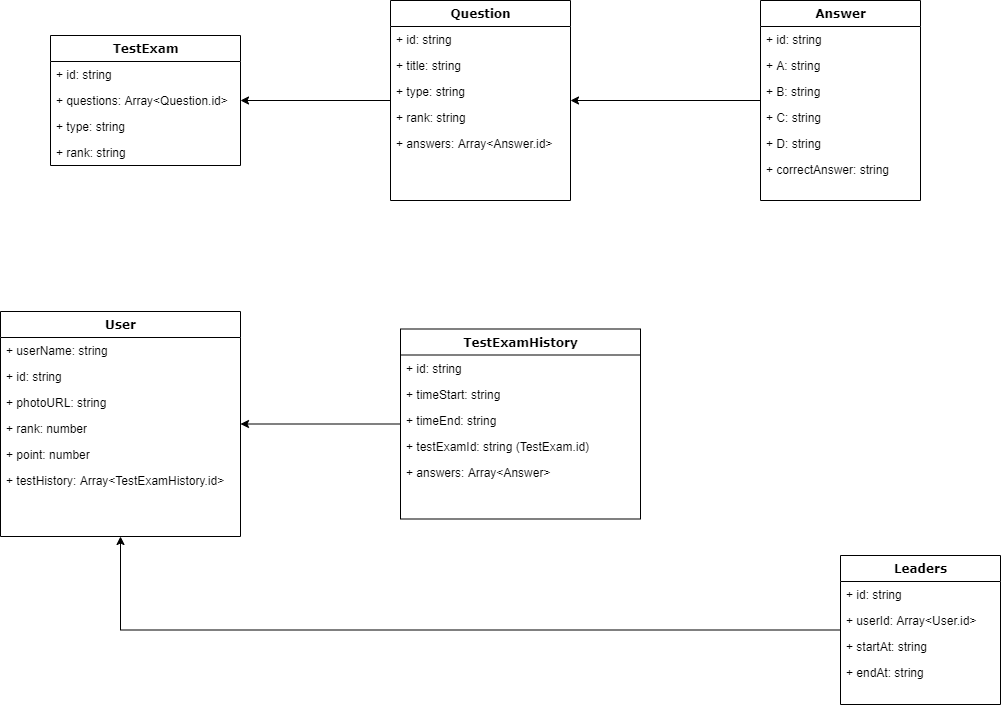
Before: Prototype/Untitled Diagram.png, a diagram exported from draw.io (nguyenbinhanltv/EnQ-server). Source tidied: cells renumbered, new cells last; positions are measured from the earlier drawing's top-left corner, leaving out a move shared by most shapes.
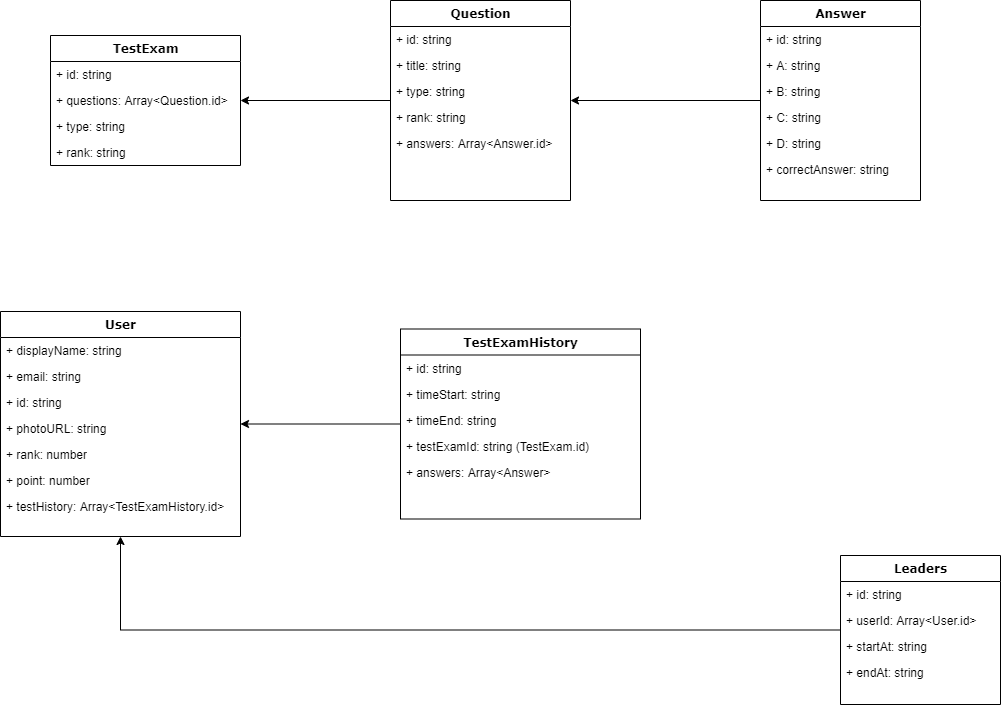
After the change.

The edit, as a diff of the source:
```diff
@@ -65,23 +65,26 @@
     <mxCell id="22" value="User" style="swimlane;html=1;fontStyle=1;align=center;verticalAlign=top;horizontal=1;startSize=26;swimlaneFillColor=#ffffff;rounded=0;shadow=0;comic=0;labelBackgroundColor=none;strokeWidth=1;fillColor=none;fontFamily=Verdana;fontSize=12;" parent="1" vertex="1">
       <mxGeometry y="311" width="240" height="225" as="geometry" />
     </mxCell>
-    <mxCell id="23" value="+ userName: string" style="text;html=1;strokeColor=none;fillColor=none;align=left;verticalAlign=top;spacingLeft=4;spacingRight=4;whiteSpace=wrap;overflow=hidden;" parent="22" vertex="1">
+    <mxCell id="23" value="+ displayName: string" style="text;html=1;strokeColor=none;fillColor=none;align=left;verticalAlign=top;spacingLeft=4;spacingRight=4;whiteSpace=wrap;overflow=hidden;" parent="22" vertex="1">
       <mxGeometry y="26" width="240" height="26" as="geometry" />
     </mxCell>
+    <mxCell id="42" value="+ email: string" style="text;html=1;strokeColor=none;fillColor=none;align=left;verticalAlign=top;spacingLeft=4;spacingRight=4;whiteSpace=wrap;overflow=hidden;" parent="22" vertex="1">
+      <mxGeometry y="52" width="240" height="26" as="geometry" />
+    </mxCell>
     <mxCell id="24" value="+ id: string" style="text;html=1;strokeColor=none;fillColor=none;align=left;verticalAlign=top;spacingLeft=4;spacingRight=4;whiteSpace=wrap;overflow=hidden;" parent="22" vertex="1">
-      <mxGeometry y="52" width="240" height="26" as="geometry" />
+      <mxGeometry y="78" width="240" height="26" as="geometry" />
     </mxCell>
     <mxCell id="25" value="+ photoURL: string" style="text;html=1;strokeColor=none;fillColor=none;align=left;verticalAlign=top;spacingLeft=4;spacingRight=4;whiteSpace=wrap;overflow=hidden;" parent="22" vertex="1">
-      <mxGeometry y="78" width="240" height="26" as="geometry" />
+      <mxGeometry y="104" width="240" height="26" as="geometry" />
     </mxCell>
     <mxCell id="26" value="+ rank: number" style="text;html=1;strokeColor=none;fillColor=none;align=left;verticalAlign=top;spacingLeft=4;spacingRight=4;whiteSpace=wrap;overflow=hidden;" parent="22" vertex="1">
-      <mxGeometry y="104" width="240" height="26" as="geometry" />
+      <mxGeometry y="130" width="240" height="26" as="geometry" />
     </mxCell>
     <mxCell id="27" value="+ point: number" style="text;html=1;strokeColor=none;fillColor=none;align=left;verticalAlign=top;spacingLeft=4;spacingRight=4;whiteSpace=wrap;overflow=hidden;" parent="22" vertex="1">
-      <mxGeometry y="130" width="240" height="26" as="geometry" />
+      <mxGeometry y="156" width="240" height="26" as="geometry" />
     </mxCell>
     <mxCell id="28" value="+ testHistory: Array&amp;lt;TestExamHistory.id&amp;gt;" style="text;html=1;strokeColor=none;fillColor=none;align=left;verticalAlign=top;spacingLeft=4;spacingRight=4;whiteSpace=wrap;overflow=hidden;" parent="22" vertex="1">
-      <mxGeometry y="156" width="240" height="26" as="geometry" />
+      <mxGeometry y="182" width="240" height="26" as="geometry" />
     </mxCell>
     <mxCell id="29" style="edgeStyle=orthogonalEdgeStyle;rounded=0;jettySize=auto;html=1;" parent="1" edge="1" source="30" target="22">
       <mxGeometry relative="1" as="geometry" />
```
